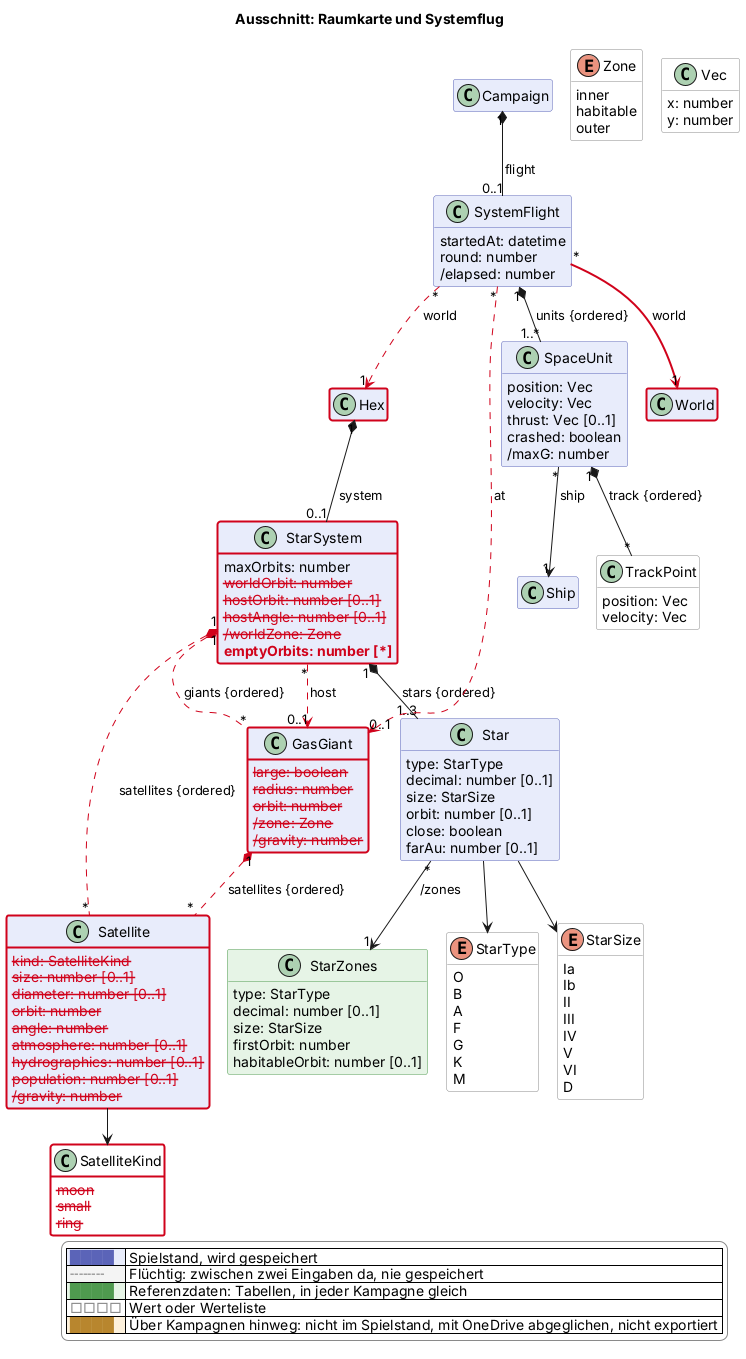
The PlantUML diagram docs/views/raum.png in scuzzar/SRE, before a commit.
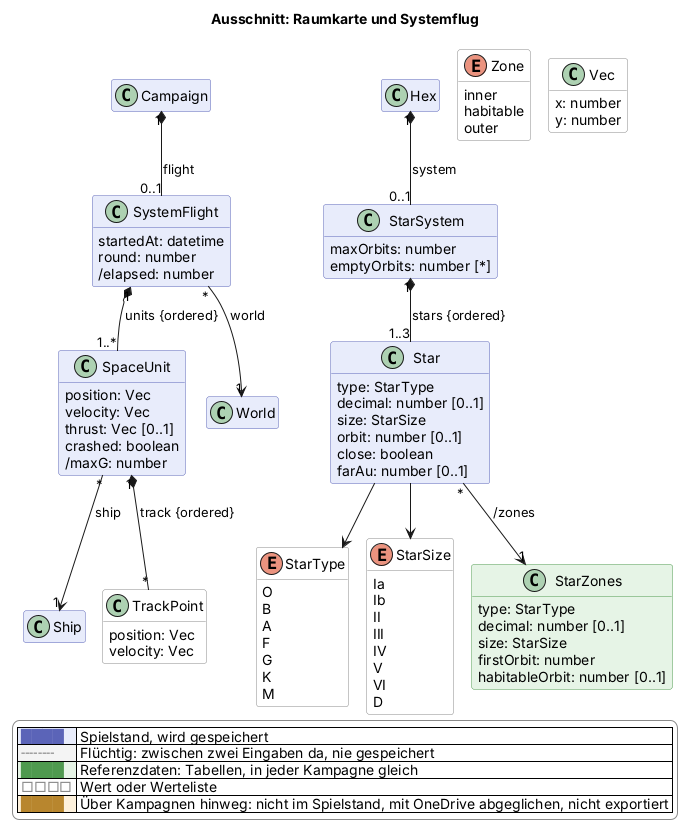
Later version of the same file.

Change to the diagram source:
```diff
@@ -80,11 +80,7 @@
   }
   class StarSystem $raum {
     maxOrbits: number
-    $gone("2026-11-20b", "worldOrbit: number")
-    $gone("2026-11-20b", "hostOrbit: number [0..1]")
-    $gone("2026-11-20b", "hostAngle: number [0..1]")
-    $gone("2026-11-20b", "/worldZone: Zone")
-    $new("2026-11-20b", "emptyOrbits: number [*]")
+    emptyOrbits: number [*]
   }
   class Star $raum {
     type: StarType
@@ -125,29 +121,6 @@
     firstOrbit: number
     habitableOrbit: number [0..1]
   }
-  class Satellite $raum {
-    $gone("2026-11-20b", "kind: SatelliteKind")
-    $gone("2026-11-20b", "size: number [0..1]")
-    $gone("2026-11-20b", "diameter: number [0..1]")
-    $gone("2026-11-20b", "orbit: number")
-    $gone("2026-11-20b", "angle: number")
-    $gone("2026-11-20b", "atmosphere: number [0..1]")
-    $gone("2026-11-20b", "hydrographics: number [0..1]")
-    $gone("2026-11-20b", "population: number [0..1]")
-    $gone("2026-11-20b", "/gravity: number")
-  }
-  enum SatelliteKind <<value>> $raum {
-    $gone("2026-11-20b", "moon")
-    $gone("2026-11-20b", "small")
-    $gone("2026-11-20b", "ring")
-  }
-  class GasGiant $raum {
-    $gone("2026-11-20b", "large: boolean")
-    $gone("2026-11-20b", "radius: number")
-    $gone("2026-11-20b", "orbit: number")
-    $gone("2026-11-20b", "/zone: Zone")
-    $gone("2026-11-20b", "/gravity: number")
-  }
   class SpaceUnit $raum {
     position: Vec
     velocity: Vec
@@ -166,7 +139,7 @@
 
 
   class Hex $sektor
-  class World $sektor $newClass("2026-11-20b")
+  class World $sektor
 
 
 
@@ -176,22 +149,15 @@
 
 
 Campaign "1" *-- "0..1" SystemFlight : flight
-SystemFlight "*" -$goneArrow("2026-11-20b")-> "1" Hex : world
-SystemFlight "*" -$newArrow("2026-11-20b")-> "1" World : world
+SystemFlight "*" --> "1" World : world
 SystemFlight "1" *-- "1..*" SpaceUnit : units {ordered}
 SpaceUnit "*" --> "1" Ship : ship
 SpaceUnit "1" *-- "*" TrackPoint : track {ordered}
 Hex "1" *-- "0..1" StarSystem : system
 StarSystem "1" *-- "1..3" Star : stars {ordered}
-StarSystem "1" *-$goneArrow("2026-11-20b")- "*" Satellite : satellites {ordered}
-StarSystem "1" *-$goneArrow("2026-11-20b")- "*" GasGiant : giants {ordered}
-StarSystem "*" -$goneArrow("2026-11-20b")-> "0..1" GasGiant : host
 Star "*" --> "1" StarZones : /zones
 Star --> StarType
 Star --> StarSize
-SystemFlight "*" -$goneArrow("2026-11-20b")-> "0..1" GasGiant : at
-GasGiant "1" *-$goneArrow("2026-11-20b")- "*" Satellite : satellites {ordered}
-Satellite --> SatelliteKind
 
 
 
@@ -212,9 +178,4 @@
   |<#ffffff> <color:#8a8a8a>□□□□</color> | Wert oder Werteliste |
   |<#fdf1dc> <color:#b8862e>████</color> | Über Kampagnen hinweg: nicht im Spielstand, mit OneDrive abgeglichen, nicht exportiert |
 endlegend
-class StarSystem #line:d0021b;line.bold
-class Satellite #line:d0021b;line.bold
-class SatelliteKind #line:d0021b;line.bold
-class GasGiant #line:d0021b;line.bold
-class Hex #line:d0021b;line.bold
 @enduml
```
